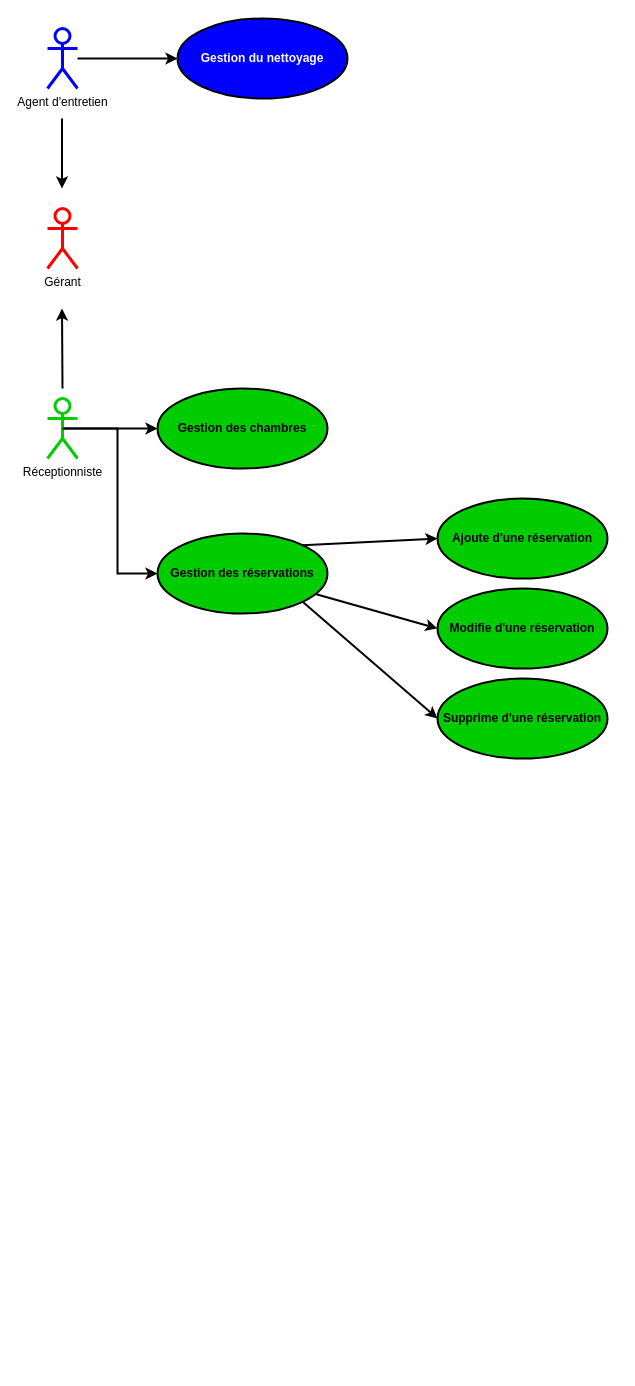
Before: projet hotel/diagramme_cas_utilis.drawio in Yoan15/CDA22-23_yoan, a draw.io diagram. Source tidied: cells renumbered, new cells numbered last; positions are measured from the earlier drawing's top-left corner, leaving out a move shared by most shapes. Both pictures are drawn from the tidied source at 100%, with x=0, y=0 at pixel (47, 18).
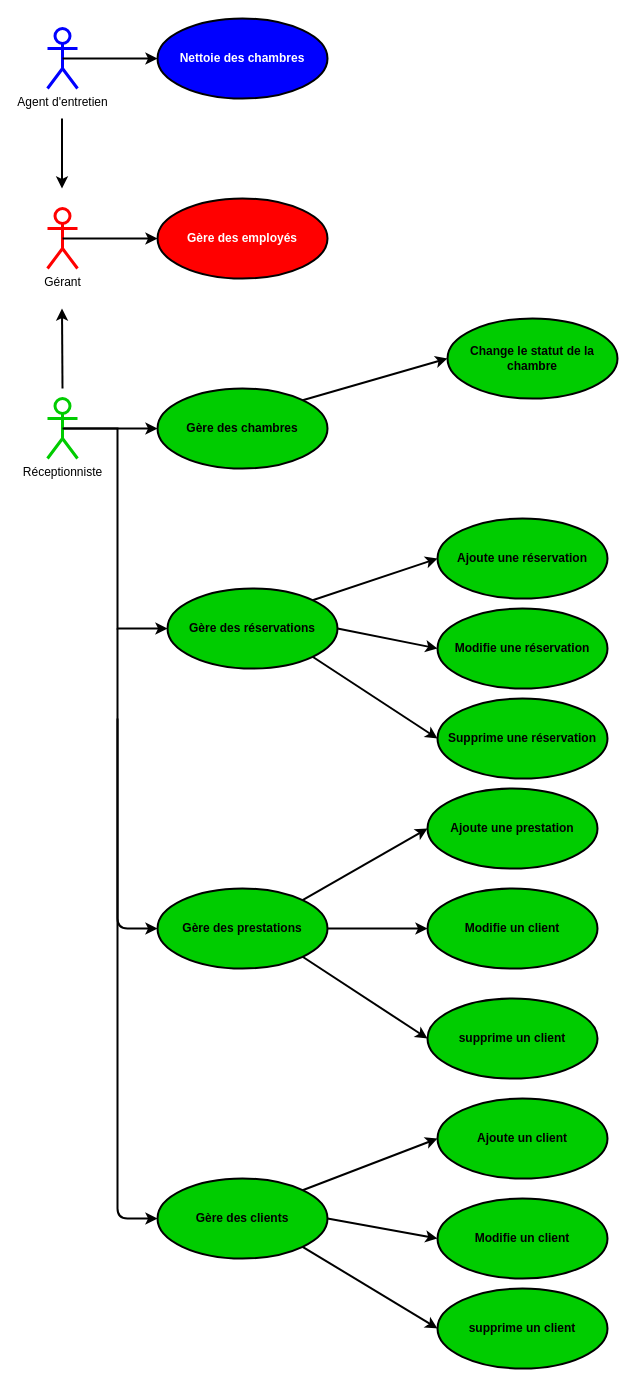
After the change.

The change refers to these unchanged cells:
```xml
<mxCell id="2" value="Agent d'entretien" style="shape=umlActor;verticalLabelPosition=bottom;verticalAlign=top;html=1;outlineConnect=0;strokeColor=#0000FF;strokeWidth=3;" parent="1" vertex="1">
  <mxGeometry y="10" width="30" height="60" as="geometry" />
</mxCell>
<mxCell id="4" value="Réceptionniste" style="shape=umlActor;verticalLabelPosition=bottom;verticalAlign=top;html=1;outlineConnect=0;strokeWidth=3;strokeColor=#00CC00;" parent="1" vertex="1">
  <mxGeometry y="380" width="30" height="60" as="geometry" />
</mxCell>
<mxCell id="5" value="Gérant" style="shape=umlActor;verticalLabelPosition=bottom;verticalAlign=top;html=1;outlineConnect=0;strokeWidth=3;strokeColor=#FF0000;" parent="1" vertex="1">
  <mxGeometry y="190" width="30" height="60" as="geometry" />
</mxCell>
```

What changed in the source:
```diff
@@
     <mxCell id="3" style="edgeStyle=orthogonalEdgeStyle;rounded=0;jettySize=auto;html=1;strokeWidth=2;entryX=0;entryY=0.5;entryDx=0;entryDy=0;exitX=0.5;exitY=0.5;exitDx=0;exitDy=0;exitPerimeter=0;" parent="1" edge="1" source="4" target="7">
       <mxGeometry relative="1" as="geometry">
         <Array as="points">
           <mxPoint x="70" y="410" />
-          <mxPoint x="70" y="555" />
+          <mxPoint x="70" y="610" />
         </Array>
       </mxGeometry>
     </mxCell>
@@
-    <mxCell id="6" value="Ajoute d'une réservation" style="ellipse;whiteSpace=wrap;html=1;strokeWidth=2;fontStyle=1;fillColor=#00CC00;" parent="1" vertex="1">
-      <mxGeometry x="390" y="480" width="170" height="80" as="geometry" />
+    <mxCell id="6" value="Ajoute une réservation" style="ellipse;whiteSpace=wrap;html=1;strokeWidth=2;fontStyle=1;fillColor=#00CC00;" parent="1" vertex="1">
+      <mxGeometry x="390" y="500" width="170" height="80" as="geometry" />
     </mxCell>
-    <mxCell id="7" value="Gestion des réservations" style="ellipse;whiteSpace=wrap;html=1;strokeWidth=2;sketch=0;fontStyle=1;fillColor=#00CC00;" parent="1" vertex="1">
-      <mxGeometry x="110" y="515" width="170" height="80" as="geometry" />
+    <mxCell id="7" value="Gère des réservations" style="ellipse;whiteSpace=wrap;html=1;strokeWidth=2;sketch=0;fontStyle=1;fillColor=#00CC00;" parent="1" vertex="1">
+      <mxGeometry x="120" y="570" width="170" height="80" as="geometry" />
     </mxCell>
@@
-    <mxCell id="9" value="Gestion du nettoyage" style="ellipse;whiteSpace=wrap;html=1;strokeWidth=2;fontStyle=1;fillColor=#0000FF;fontColor=#FFFFFF;" parent="1" vertex="1">
-      <mxGeometry x="130" width="170" height="80" as="geometry" />
+    <mxCell id="9" value="Nettoie des chambres" style="ellipse;whiteSpace=wrap;html=1;strokeWidth=2;fontStyle=1;fillColor=#0000FF;fontColor=#FFFFFF;" parent="1" vertex="1">
+      <mxGeometry x="110" width="170" height="80" as="geometry" />
     </mxCell>
-    <mxCell id="10" style="endArrow=classic;html=1;entryX=0;entryY=0.5;entryDx=0;entryDy=0;strokeWidth=2;" parent="1" edge="1" source="2" target="9">
+    <mxCell id="10" style="endArrow=classic;html=1;entryX=0;entryY=0.5;entryDx=0;entryDy=0;strokeWidth=2;exitX=0.5;exitY=0.5;exitDx=0;exitDy=0;exitPerimeter=0;" parent="1" edge="1" source="2" target="9">
       <mxGeometry relative="1" as="geometry" />
     </mxCell>
@@
-    <mxCell id="12" value="Modifie d'une réservation" style="ellipse;whiteSpace=wrap;html=1;strokeWidth=2;fontStyle=1;fillColor=#00CC00;" parent="1" vertex="1">
-      <mxGeometry x="390" y="570" width="170" height="80" as="geometry" />
+    <mxCell id="12" value="Modifie une réservation" style="ellipse;whiteSpace=wrap;html=1;strokeWidth=2;fontStyle=1;fillColor=#00CC00;" parent="1" vertex="1">
+      <mxGeometry x="390" y="590" width="170" height="80" as="geometry" />
     </mxCell>
-    <mxCell id="13" value="Supprime d'une réservation" style="ellipse;whiteSpace=wrap;html=1;strokeWidth=2;fontStyle=1;fillColor=#00CC00;" parent="1" vertex="1">
-      <mxGeometry x="390" y="660" width="170" height="80" as="geometry" />
+    <mxCell id="13" value="Supprime une réservation" style="ellipse;whiteSpace=wrap;html=1;strokeWidth=2;fontStyle=1;fillColor=#00CC00;" parent="1" vertex="1">
+      <mxGeometry x="390" y="680" width="170" height="80" as="geometry" />
     </mxCell>
@@
-    <mxCell id="15" style="endArrow=classic;html=1;entryX=0;entryY=0.5;entryDx=0;entryDy=0;strokeWidth=2;" parent="1" edge="1" source="7" target="12">
+    <mxCell id="15" style="endArrow=classic;html=1;entryX=0;entryY=0.5;entryDx=0;entryDy=0;strokeWidth=2;exitX=1;exitY=0.5;exitDx=0;exitDy=0;" parent="1" edge="1" source="7" target="12">
       <mxGeometry relative="1" as="geometry" />
     </mxCell>
@@
-    <mxCell id="18" value="Gestion des chambres" style="ellipse;whiteSpace=wrap;html=1;strokeWidth=2;fontStyle=1;fillColor=#00CC00;" parent="1" vertex="1">
+    <mxCell id="18" value="Gère des chambres" style="ellipse;whiteSpace=wrap;html=1;strokeWidth=2;fontStyle=1;fillColor=#00CC00;" parent="1" vertex="1">
       <mxGeometry x="110" y="370" width="170" height="80" as="geometry" />
     </mxCell>
+    <mxCell id="19" style="endArrow=classic;html=1;strokeColor=#000000;strokeWidth=2;fontColor=#FFFFFF;exitX=0.5;exitY=0.5;exitDx=0;exitDy=0;exitPerimeter=0;entryX=0;entryY=0.5;entryDx=0;entryDy=0;" parent="1" edge="1" source="5" target="20">
+      <mxGeometry relative="1" as="geometry" />
+    </mxCell>
+    <mxCell id="20" value="Gère des employés" style="ellipse;whiteSpace=wrap;html=1;strokeWidth=2;fontStyle=1;fillColor=#FF0000;fontColor=#FFFFFF;" parent="1" vertex="1">
+      <mxGeometry x="110" y="180" width="170" height="80" as="geometry" />
+    </mxCell>
+    <mxCell id="21" style="endArrow=classic;html=1;strokeColor=#000000;strokeWidth=2;fontColor=#FFFFFF;entryX=0;entryY=0.5;entryDx=0;entryDy=0;" parent="1" edge="1" target="22">
+      <mxGeometry relative="1" as="geometry">
+        <mxPoint x="70" y="610" as="sourcePoint" />
+        <Array as="points">
+          <mxPoint x="70" y="910" />
+        </Array>
+      </mxGeometry>
+    </mxCell>
+    <mxCell id="22" value="Gère des prestations" style="ellipse;whiteSpace=wrap;html=1;strokeWidth=2;fontStyle=1;fillColor=#00CC00;" parent="1" vertex="1">
+      <mxGeometry x="110" y="870" width="170" height="80" as="geometry" />
+    </mxCell>
+    <mxCell id="23" value="Ajoute une prestation" style="ellipse;whiteSpace=wrap;html=1;strokeWidth=2;fontStyle=1;fillColor=#00CC00;" parent="1" vertex="1">
+      <mxGeometry x="380" y="770" width="170" height="80" as="geometry" />
+    </mxCell>
+    <mxCell id="24" value="Gère des clients" style="ellipse;whiteSpace=wrap;html=1;strokeWidth=2;fontStyle=1;fillColor=#00CC00;" parent="1" vertex="1">
+      <mxGeometry x="110" y="1160" width="170" height="80" as="geometry" />
+    </mxCell>
+    <mxCell id="25" style="endArrow=classic;html=1;strokeColor=#000000;strokeWidth=2;fontColor=#FFFFFF;exitX=1;exitY=0;exitDx=0;exitDy=0;entryX=0;entryY=0.5;entryDx=0;entryDy=0;" parent="1" edge="1" source="22" target="23">
+      <mxGeometry relative="1" as="geometry" />
+    </mxCell>
+    <mxCell id="26" style="endArrow=classic;html=1;strokeColor=#000000;strokeWidth=2;fontColor=#FFFFFF;entryX=0;entryY=0.5;entryDx=0;entryDy=0;" parent="1" edge="1" target="24">
+      <mxGeometry relative="1" as="geometry">
+        <mxPoint x="70" y="700" as="sourcePoint" />
+        <Array as="points">
+          <mxPoint x="70" y="1200" />
+        </Array>
+      </mxGeometry>
+    </mxCell>
+    <mxCell id="27" value="Ajoute un client" style="ellipse;whiteSpace=wrap;html=1;strokeWidth=2;fontStyle=1;fillColor=#00CC00;" parent="1" vertex="1">
+      <mxGeometry x="390" y="1080" width="170" height="80" as="geometry" />
+    </mxCell>
+    <mxCell id="28" value="Modifie un client" style="ellipse;whiteSpace=wrap;html=1;strokeWidth=2;fontStyle=1;fillColor=#00CC00;" parent="1" vertex="1">
+      <mxGeometry x="390" y="1180" width="170" height="80" as="geometry" />
+    </mxCell>
+    <mxCell id="29" value="supprime un client" style="ellipse;whiteSpace=wrap;html=1;strokeWidth=2;fontStyle=1;fillColor=#00CC00;" parent="1" vertex="1">
+      <mxGeometry x="390" y="1270" width="170" height="80" as="geometry" />
+    </mxCell>
+    <mxCell id="30" style="endArrow=classic;html=1;strokeColor=#000000;strokeWidth=2;fontColor=#FFFFFF;entryX=0;entryY=0.5;entryDx=0;entryDy=0;exitX=1;exitY=0;exitDx=0;exitDy=0;" parent="1" edge="1" source="24" target="27">
+      <mxGeometry relative="1" as="geometry" />
+    </mxCell>
+    <mxCell id="31" style="endArrow=classic;html=1;strokeColor=#000000;strokeWidth=2;fontColor=#FFFFFF;exitX=1;exitY=0.5;exitDx=0;exitDy=0;entryX=0;entryY=0.5;entryDx=0;entryDy=0;" parent="1" edge="1" source="24" target="28">
+      <mxGeometry relative="1" as="geometry" />
+    </mxCell>
+    <mxCell id="32" style="endArrow=classic;html=1;strokeColor=#000000;strokeWidth=2;fontColor=#FFFFFF;exitX=1;exitY=1;exitDx=0;exitDy=0;entryX=0;entryY=0.5;entryDx=0;entryDy=0;" parent="1" edge="1" source="24" target="29">
+      <mxGeometry relative="1" as="geometry" />
+    </mxCell>
+    <mxCell id="33" value="Modifie un client" style="ellipse;whiteSpace=wrap;html=1;strokeWidth=2;fontStyle=1;fillColor=#00CC00;" parent="1" vertex="1">
+      <mxGeometry x="380" y="870" width="170" height="80" as="geometry" />
+    </mxCell>
+    <mxCell id="34" value="supprime un client" style="ellipse;whiteSpace=wrap;html=1;strokeWidth=2;fontStyle=1;fillColor=#00CC00;" parent="1" vertex="1">
+      <mxGeometry x="380" y="980" width="170" height="80" as="geometry" />
+    </mxCell>
+    <mxCell id="35" style="endArrow=classic;html=1;strokeColor=#000000;strokeWidth=2;fontColor=#FFFFFF;exitX=1;exitY=0.5;exitDx=0;exitDy=0;entryX=0;entryY=0.5;entryDx=0;entryDy=0;" parent="1" edge="1" source="22" target="33">
+      <mxGeometry relative="1" as="geometry" />
+    </mxCell>
+    <mxCell id="36" style="endArrow=classic;html=1;strokeColor=#000000;strokeWidth=2;fontColor=#FFFFFF;exitX=1;exitY=1;exitDx=0;exitDy=0;entryX=0;entryY=0.5;entryDx=0;entryDy=0;" parent="1" edge="1" source="22" target="34">
+      <mxGeometry relative="1" as="geometry" />
+    </mxCell>
+    <mxCell id="37" style="endArrow=classic;html=1;strokeColor=#000000;strokeWidth=2;fontColor=#FFFFFF;exitX=1;exitY=0;exitDx=0;exitDy=0;entryX=0;entryY=0.5;entryDx=0;entryDy=0;" parent="1" edge="1" source="18" target="38">
+      <mxGeometry relative="1" as="geometry" />
+    </mxCell>
+    <mxCell id="38" value="Change le statut de la chambre" style="ellipse;whiteSpace=wrap;html=1;strokeWidth=2;fontStyle=1;fillColor=#00CC00;" parent="1" vertex="1">
+      <mxGeometry x="400" y="300" width="170" height="80" as="geometry" />
+    </mxCell>
```
